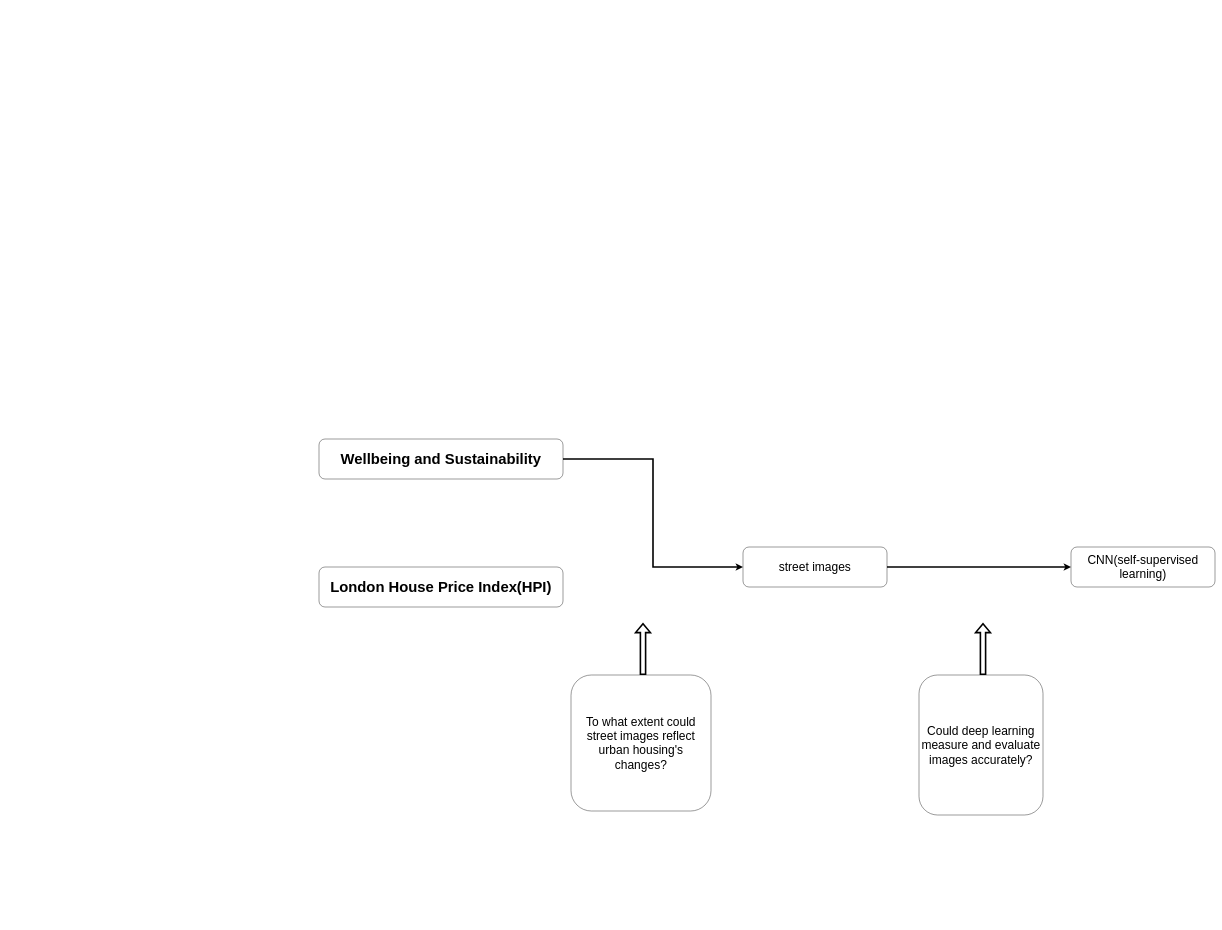
Earlier version of the draw.io diagram AnalysisResult/research_structure.drawio (BohaoSuCC/CASA0007A2QMBohaoSu). Source tidied: cells renumbered, new cells numbered last; positions are measured from the earlier drawing's top-left corner, leaving out a move shared by most shapes. Both pictures are drawn from the tidied source at 40%, with x=0, y=0 at pixel (319, 439).
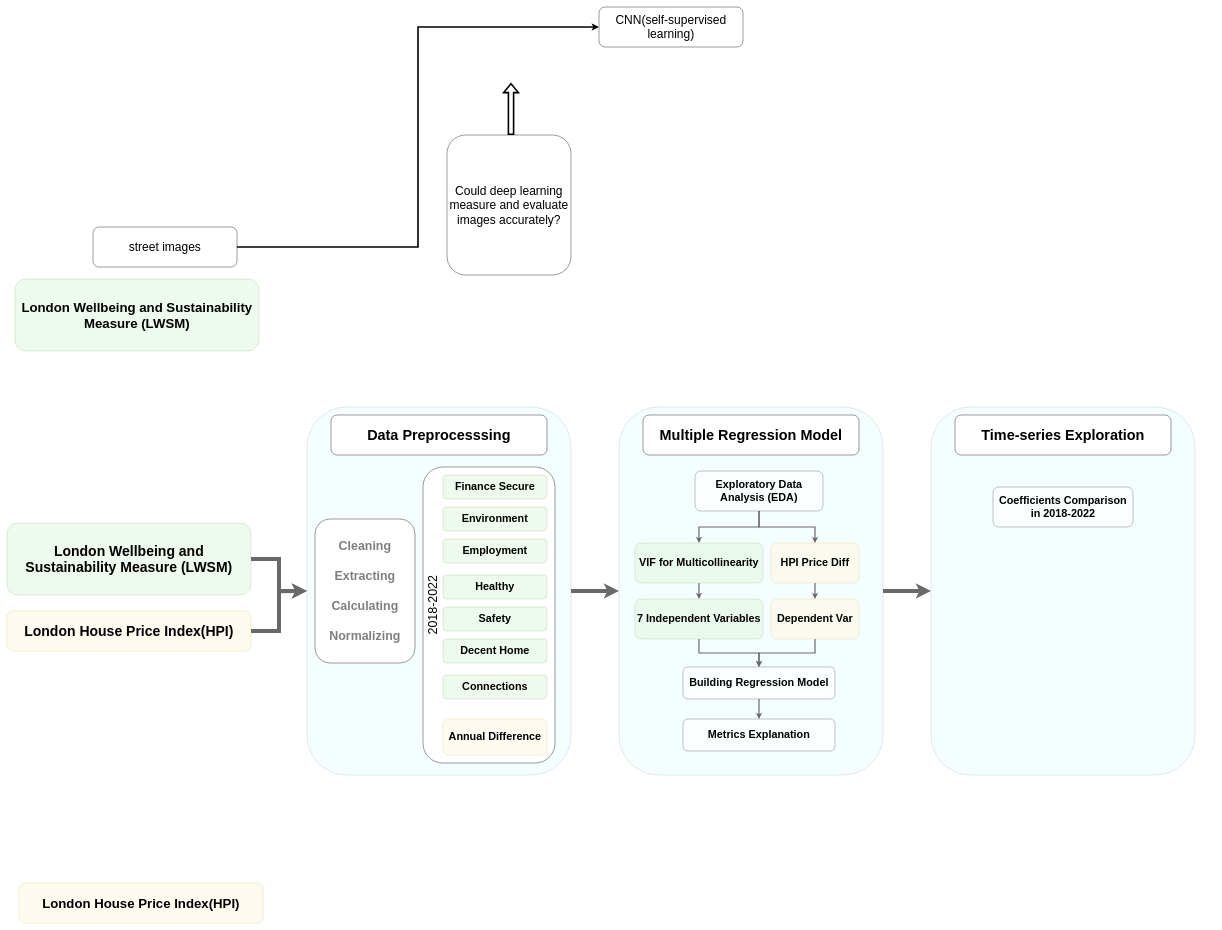
The same diagram, later.

Commit message (it also covers changes not shown here):
correlation matrix and regression

The edit, as a diff of the source:
```diff
@@
-    <mxCell id="2" style="edgeStyle=orthogonalEdgeStyle;rounded=0;jettySize=auto;html=1;exitX=1;exitY=0.5;exitDx=0;exitDy=0;entryX=0;entryY=0.5;entryDx=0;entryDy=0;fontSize=30;strokeWidth=4;" parent="1" edge="1" source="3" target="4">
-      <mxGeometry relative="1" as="geometry" />
-    </mxCell>
+    <mxCell id="8" style="rounded=1;whiteSpace=wrap;html=1;fontSize=30;fillColor=#EBFEFF;strokeColor=#6c8ebf;opacity=50;" parent="1" vertex="1">
+      <mxGeometry x="-30" y="-80" width="660" height="920" as="geometry" />
+    </mxCell>
+    <mxCell id="12" style="rounded=1;whiteSpace=wrap;html=1;fontSize=31;fontStyle=1;textOpacity=50;" parent="1" vertex="1">
+      <mxGeometry x="260" y="70" width="330" height="740" as="geometry" />
+    </mxCell>
+    <mxCell id="13" style="edgeStyle=orthogonalEdgeStyle;rounded=0;jettySize=auto;html=1;exitX=1;exitY=0.5;exitDx=0;exitDy=0;entryX=0;entryY=0.5;entryDx=0;entryDy=0;strokeColor=#696969;strokeWidth=10;fontSize=27;" parent="1" edge="1" source="11" target="8">
+      <mxGeometry relative="1" as="geometry" />
+    </mxCell>
+    <mxCell id="11" value="London House Price Index(HPI)" style="rounded=1;whiteSpace=wrap;html=1;fontSize=35;fontStyle=1;fillColor=#FFF9E6;strokeColor=#d6b656;opacity=60;" parent="1" vertex="1">
+      <mxGeometry x="-780" y="430" width="610" height="100" as="geometry" />
+    </mxCell>
+    <mxCell id="14" style="edgeStyle=orthogonalEdgeStyle;rounded=0;jettySize=auto;html=1;exitX=1;exitY=0.5;exitDx=0;exitDy=0;strokeColor=#696969;strokeWidth=10;fontSize=27;" parent="1" edge="1" source="3">
+      <mxGeometry relative="1" as="geometry">
+        <mxPoint x="-30" y="380" as="targetPoint" />
+      </mxGeometry>
+    </mxCell>
-    <mxCell id="3" value="Wellbeing and Sustainability" style="rounded=1;whiteSpace=wrap;html=1;fontSize=37;fontStyle=1;" parent="1" vertex="1">
-      <mxGeometry width="610" height="100" as="geometry" />
+    <mxCell id="3" value="London Wellbeing and Sustainability Measure (LWSM)" style="rounded=1;whiteSpace=wrap;html=1;fontSize=35;fontStyle=1;fillColor=#E3F7E2;strokeColor=#82b366;opacity=60;" parent="1" vertex="1">
+      <mxGeometry x="-780" y="210" width="610" height="180" as="geometry" />
     </mxCell>
     <mxCell id="4" value="street images" style="rounded=1;whiteSpace=wrap;html=1;fontSize=30;" parent="1" vertex="1">
-      <mxGeometry x="1060" y="270" width="360" height="100" as="geometry" />
+      <mxGeometry x="-565" y="-530" width="360" height="100" as="geometry" />
     </mxCell>
     <mxCell id="5" value="CNN(self-supervised learning)" style="rounded=1;whiteSpace=wrap;html=1;fontSize=30;" parent="1" vertex="1">
-      <mxGeometry x="1880" y="270" width="360" height="100" as="geometry" />
+      <mxGeometry x="700" y="-1080" width="360" height="100" as="geometry" />
     </mxCell>
@@
-    <mxCell id="7" style="shape=flexArrow;endArrow=classic;html=1;rounded=0;strokeWidth=4;fontSize=30;" parent="1" edge="1">
-      <mxGeometry relative="1" as="geometry">
-        <mxPoint x="810" y="590" as="sourcePoint" />
-        <mxPoint x="810" y="460" as="targetPoint" />
-      </mxGeometry>
-    </mxCell>
-    <mxCell id="8" value="To what extent could street images reflect urban housing's changes?" style="rounded=1;whiteSpace=wrap;html=1;fontSize=30;" parent="1" vertex="1">
-      <mxGeometry x="630" y="590" width="350" height="340" as="geometry" />
-    </mxCell>
+    <mxCell id="15" style="edgeStyle=orthogonalEdgeStyle;rounded=0;jettySize=auto;html=1;exitX=1;exitY=0.5;exitDx=0;exitDy=0;entryX=0;entryY=0.5;entryDx=0;entryDy=0;fontSize=37;strokeWidth=10;strokeColor=#696969;" parent="1" edge="1" source="8" target="17">
+      <mxGeometry relative="1" as="geometry" />
+    </mxCell>
     <mxCell id="9" style="shape=flexArrow;endArrow=classic;html=1;rounded=0;strokeWidth=4;fontSize=30;" parent="1" edge="1">
       <mxGeometry relative="1" as="geometry">
-        <mxPoint x="1660" y="590" as="sourcePoint" />
-        <mxPoint x="1660" y="460" as="targetPoint" />
+        <mxPoint x="480" y="-760" as="sourcePoint" />
+        <mxPoint x="480" y="-890" as="targetPoint" />
       </mxGeometry>
     </mxCell>
     <mxCell id="10" value="Could deep learning measure and evaluate images accurately?" style="rounded=1;whiteSpace=wrap;html=1;fontSize=30;" parent="1" vertex="1">
-      <mxGeometry x="1500" y="590" width="310" height="350" as="geometry" />
+      <mxGeometry x="320" y="-760" width="310" height="350" as="geometry" />
     </mxCell>
-    <mxCell id="11" value="London House Price Index(HPI)" style="rounded=1;whiteSpace=wrap;html=1;fontSize=37;fontStyle=1;" parent="1" vertex="1">
-      <mxGeometry y="320" width="610" height="100" as="geometry" />
-    </mxCell>
+    <mxCell id="16" style="edgeStyle=orthogonalEdgeStyle;rounded=0;jettySize=auto;html=1;exitX=1;exitY=0.5;exitDx=0;exitDy=0;entryX=0;entryY=0.5;entryDx=0;entryDy=0;strokeColor=#696969;strokeWidth=10;fontSize=37;" parent="1" edge="1" source="17" target="18">
+      <mxGeometry relative="1" as="geometry" />
+    </mxCell>
+    <mxCell id="17" style="rounded=1;whiteSpace=wrap;html=1;fontSize=30;fillColor=#EBFEFF;strokeColor=#6c8ebf;opacity=50;" parent="1" vertex="1">
+      <mxGeometry x="750" y="-80" width="660" height="920" as="geometry" />
+    </mxCell>
+    <mxCell id="18" style="rounded=1;whiteSpace=wrap;html=1;fontSize=30;fillColor=#EBFEFF;strokeColor=#6c8ebf;opacity=50;" parent="1" vertex="1">
+      <mxGeometry x="1530" y="-80" width="660" height="920" as="geometry" />
+    </mxCell>
+    <mxCell id="19" value="Data Preprocesssing" style="rounded=1;whiteSpace=wrap;html=1;fontSize=36;fontStyle=1;" parent="1" vertex="1">
+      <mxGeometry x="30" y="-60" width="540" height="100" as="geometry" />
+    </mxCell>
+    <mxCell id="20" value="Multiple Regression Model" style="rounded=1;whiteSpace=wrap;html=1;fontSize=36;fontStyle=1;" parent="1" vertex="1">
+      <mxGeometry x="810" y="-60" width="540" height="100" as="geometry" />
+    </mxCell>
+    <mxCell id="21" value="Time-series Exploration" style="rounded=1;whiteSpace=wrap;html=1;fontSize=36;fontStyle=1;" parent="1" vertex="1">
+      <mxGeometry x="1590" y="-60" width="540" height="100" as="geometry" />
+    </mxCell>
+    <mxCell id="22" value="London House Price Index(HPI)" style="rounded=1;whiteSpace=wrap;html=1;fontSize=33;fontStyle=1;fillColor=#FFF9E6;strokeColor=#d6b656;opacity=60;" parent="1" vertex="1">
+      <mxGeometry x="-750" y="1110" width="610" height="100" as="geometry" />
+    </mxCell>
+    <mxCell id="23" value="London Wellbeing and Sustainability Measure (LWSM)" style="rounded=1;whiteSpace=wrap;html=1;fontSize=33;fontStyle=1;fillColor=#E3F7E2;strokeColor=#82b366;opacity=60;" parent="1" vertex="1">
+      <mxGeometry x="-760" y="-400" width="610" height="180" as="geometry" />
+    </mxCell>
+    <mxCell id="24" value="Finance Secure" style="rounded=1;whiteSpace=wrap;html=1;fontSize=27;fillColor=#E3F7E2;opacity=60;strokeColor=#82b366;fontStyle=1;" parent="1" vertex="1">
+      <mxGeometry x="310" y="90" width="260" height="60" as="geometry" />
+    </mxCell>
+    <mxCell id="25" value="Environment" style="rounded=1;whiteSpace=wrap;html=1;fontSize=27;fillColor=#E3F7E2;opacity=60;strokeColor=#82b366;fontStyle=1;" parent="1" vertex="1">
+      <mxGeometry x="310" y="170" width="260" height="60" as="geometry" />
+    </mxCell>
+    <mxCell id="26" value="Employment" style="rounded=1;whiteSpace=wrap;html=1;fontSize=27;fillColor=#E3F7E2;opacity=60;strokeColor=#82b366;fontStyle=1;" parent="1" vertex="1">
+      <mxGeometry x="310" y="250" width="260" height="60" as="geometry" />
+    </mxCell>
+    <mxCell id="27" value="Healthy" style="rounded=1;whiteSpace=wrap;html=1;fontSize=27;fillColor=#E3F7E2;opacity=60;strokeColor=#82b366;fontStyle=1;" parent="1" vertex="1">
+      <mxGeometry x="310" y="340" width="260" height="60" as="geometry" />
+    </mxCell>
+    <mxCell id="28" value="Safety" style="rounded=1;whiteSpace=wrap;html=1;fontSize=27;fillColor=#E3F7E2;opacity=60;strokeColor=#82b366;fontStyle=1;" parent="1" vertex="1">
+      <mxGeometry x="310" y="420" width="260" height="60" as="geometry" />
+    </mxCell>
+    <mxCell id="29" value="Decent Home" style="rounded=1;whiteSpace=wrap;html=1;fontSize=27;fillColor=#E3F7E2;opacity=60;strokeColor=#82b366;fontStyle=1;" parent="1" vertex="1">
+      <mxGeometry x="310" y="500" width="260" height="60" as="geometry" />
+    </mxCell>
+    <mxCell id="30" value="Connections" style="rounded=1;whiteSpace=wrap;html=1;fontSize=27;fillColor=#E3F7E2;opacity=60;strokeColor=#82b366;fontStyle=1;" parent="1" vertex="1">
+      <mxGeometry x="310" y="590" width="260" height="60" as="geometry" />
+    </mxCell>
+    <mxCell id="31" value="Annual Difference" style="rounded=1;whiteSpace=wrap;html=1;fontSize=27;fillColor=#FFF9E6;opacity=60;strokeColor=#d6b656;fontStyle=1;" parent="1" vertex="1">
+      <mxGeometry x="310" y="700" width="260" height="90" as="geometry" />
+    </mxCell>
+    <mxCell id="32" value="Cleaning&lt;br style=&quot;font-size: 31px;&quot;&gt;&lt;br style=&quot;font-size: 31px;&quot;&gt;Extracting&lt;br style=&quot;font-size: 31px;&quot;&gt;&lt;br style=&quot;font-size: 31px;&quot;&gt;Calculating&lt;br style=&quot;font-size: 31px;&quot;&gt;&lt;br style=&quot;font-size: 31px;&quot;&gt;Normalizing" style="rounded=1;whiteSpace=wrap;html=1;fontSize=31;fontStyle=1;textOpacity=50;" parent="1" vertex="1">
+      <mxGeometry x="-10" y="200" width="250" height="360" as="geometry" />
+    </mxCell>
+    <mxCell id="33" style="edgeStyle=orthogonalEdgeStyle;rounded=0;jettySize=auto;html=1;exitX=0.5;exitY=1;exitDx=0;exitDy=0;entryX=0.5;entryY=0;entryDx=0;entryDy=0;strokeColor=#696969;strokeWidth=3;fontSize=32;" parent="1" edge="1" source="34" target="39">
+      <mxGeometry relative="1" as="geometry" />
+    </mxCell>
+    <mxCell id="34" value="VIF for Multicollinearity" style="rounded=1;whiteSpace=wrap;html=1;fontSize=27;fillColor=#E3F7E2;opacity=60;strokeColor=#82b366;fontStyle=1;" parent="1" vertex="1">
+      <mxGeometry x="790" y="260" width="320" height="100" as="geometry" />
+    </mxCell>
+    <mxCell id="35" style="edgeStyle=orthogonalEdgeStyle;rounded=0;jettySize=auto;html=1;exitX=0.5;exitY=1;exitDx=0;exitDy=0;entryX=0.5;entryY=0;entryDx=0;entryDy=0;strokeColor=#696969;strokeWidth=3;fontSize=32;" parent="1" edge="1" source="37" target="34">
+      <mxGeometry relative="1" as="geometry" />
+    </mxCell>
+    <mxCell id="36" style="edgeStyle=orthogonalEdgeStyle;rounded=0;jettySize=auto;html=1;exitX=0.5;exitY=1;exitDx=0;exitDy=0;entryX=0.5;entryY=0;entryDx=0;entryDy=0;strokeColor=#696969;strokeWidth=3;fontSize=32;" parent="1" edge="1" source="37" target="41">
+      <mxGeometry relative="1" as="geometry" />
+    </mxCell>
+    <mxCell id="37" value="Exploratory Data Analysis (EDA)" style="rounded=1;whiteSpace=wrap;html=1;fontSize=27;opacity=60;fontStyle=1;" parent="1" vertex="1">
+      <mxGeometry x="940" y="80" width="320" height="100" as="geometry" />
+    </mxCell>
+    <mxCell id="38" style="edgeStyle=orthogonalEdgeStyle;rounded=0;jettySize=auto;html=1;exitX=0.5;exitY=1;exitDx=0;exitDy=0;entryX=0.5;entryY=0;entryDx=0;entryDy=0;strokeColor=#696969;strokeWidth=3;fontSize=32;" parent="1" edge="1" source="39" target="45">
+      <mxGeometry relative="1" as="geometry" />
+    </mxCell>
+    <mxCell id="39" value="7 Independent Variables" style="rounded=1;whiteSpace=wrap;html=1;fontSize=27;fillColor=#E3F7E2;opacity=60;strokeColor=#82b366;fontStyle=1;" parent="1" vertex="1">
+      <mxGeometry x="790" y="400" width="320" height="100" as="geometry" />
+    </mxCell>
+    <mxCell id="40" style="edgeStyle=orthogonalEdgeStyle;rounded=0;jettySize=auto;html=1;exitX=0.5;exitY=1;exitDx=0;exitDy=0;entryX=0.5;entryY=0;entryDx=0;entryDy=0;strokeColor=#696969;strokeWidth=3;fontSize=32;" parent="1" edge="1" source="41" target="43">
+      <mxGeometry relative="1" as="geometry" />
+    </mxCell>
+    <mxCell id="41" value="HPI Price Diff" style="rounded=1;whiteSpace=wrap;html=1;fontSize=27;fillColor=#FFF9E6;opacity=60;strokeColor=#d6b656;fontStyle=1;" parent="1" vertex="1">
+      <mxGeometry x="1130" y="260" width="220" height="100" as="geometry" />
+    </mxCell>
+    <mxCell id="42" style="edgeStyle=orthogonalEdgeStyle;rounded=0;jettySize=auto;html=1;exitX=0.5;exitY=1;exitDx=0;exitDy=0;strokeColor=#696969;strokeWidth=3;fontSize=32;" parent="1" edge="1" source="43" target="45">
+      <mxGeometry relative="1" as="geometry" />
+    </mxCell>
+    <mxCell id="43" value="Dependent Var" style="rounded=1;whiteSpace=wrap;html=1;fontSize=27;fillColor=#FFF9E6;opacity=60;strokeColor=#d6b656;fontStyle=1;" parent="1" vertex="1">
+      <mxGeometry x="1130" y="400" width="220" height="100" as="geometry" />
+    </mxCell>
+    <mxCell id="44" style="edgeStyle=orthogonalEdgeStyle;rounded=0;jettySize=auto;html=1;exitX=0.5;exitY=1;exitDx=0;exitDy=0;entryX=0.5;entryY=0;entryDx=0;entryDy=0;strokeColor=#696969;strokeWidth=3;fontSize=32;" parent="1" edge="1" source="45" target="46">
+      <mxGeometry relative="1" as="geometry" />
+    </mxCell>
+    <mxCell id="45" value="Building Regression Model" style="rounded=1;whiteSpace=wrap;html=1;fontSize=27;opacity=60;fontStyle=1;" parent="1" vertex="1">
+      <mxGeometry x="910" y="570" width="380" height="80" as="geometry" />
+    </mxCell>
+    <mxCell id="46" value="Metrics Explanation" style="rounded=1;whiteSpace=wrap;html=1;fontSize=27;opacity=60;fontStyle=1;" parent="1" vertex="1">
+      <mxGeometry x="910" y="700" width="380" height="80" as="geometry" />
+    </mxCell>
+    <mxCell id="47" value="2018-2022" style="text;html=1;strokeColor=none;fillColor=none;align=center;verticalAlign=middle;whiteSpace=wrap;rounded=0;fontSize=31;opacity=60;rotation=-90;" parent="1" vertex="1">
+      <mxGeometry x="170" y="400" width="230" height="30" as="geometry" />
+    </mxCell>
+    <mxCell id="48" value="Coefficients Comparison in 2018-2022" style="rounded=1;whiteSpace=wrap;html=1;fontSize=27;opacity=60;fontStyle=1;" parent="1" vertex="1">
+      <mxGeometry x="1685" y="120" width="350" height="100" as="geometry" />
+    </mxCell>
```
